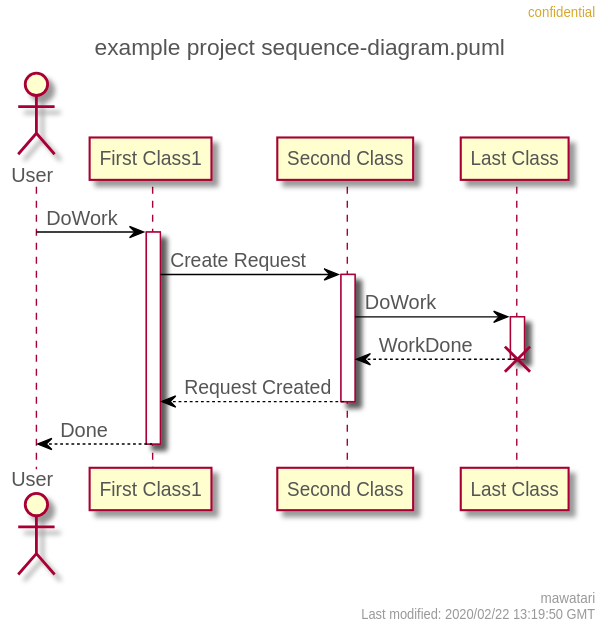
Earlier version of the PlantUML export sequence-diagram.svg (mawatari/example-project-uml).
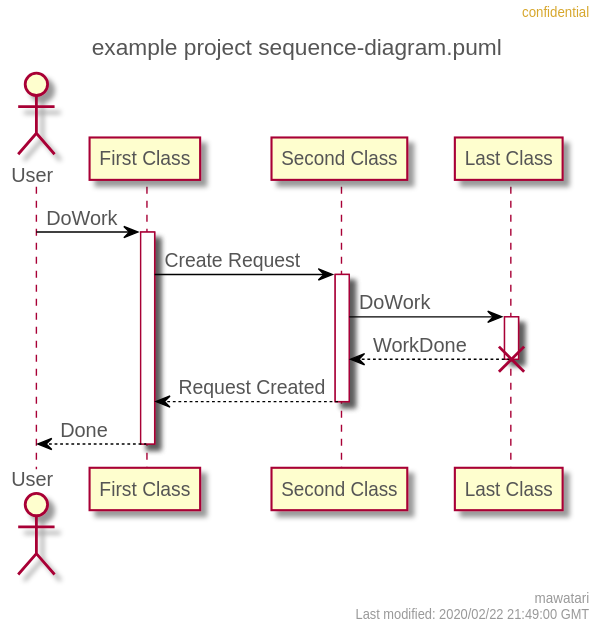
The same diagram one commit later.

Commit message:
Automatically generated PlantUML images.

What changed in the source:
```diff
@@ -38,11 +38,11 @@
   DiamondBorderColor #999999
 }
 right header confidential
-right footer mawatari\nLast modified: 2020/02/22 13:19:50 GMT
+right footer mawatari\nLast modified: 2020/02/22 21:49:00 GMT
 title example project sequence-diagram.puml
 
 actor User
-participant "First Class1" as A
+participant "First Class" as A
 participant "Second Class" as B
 participant "Last Class" as C
 
```
